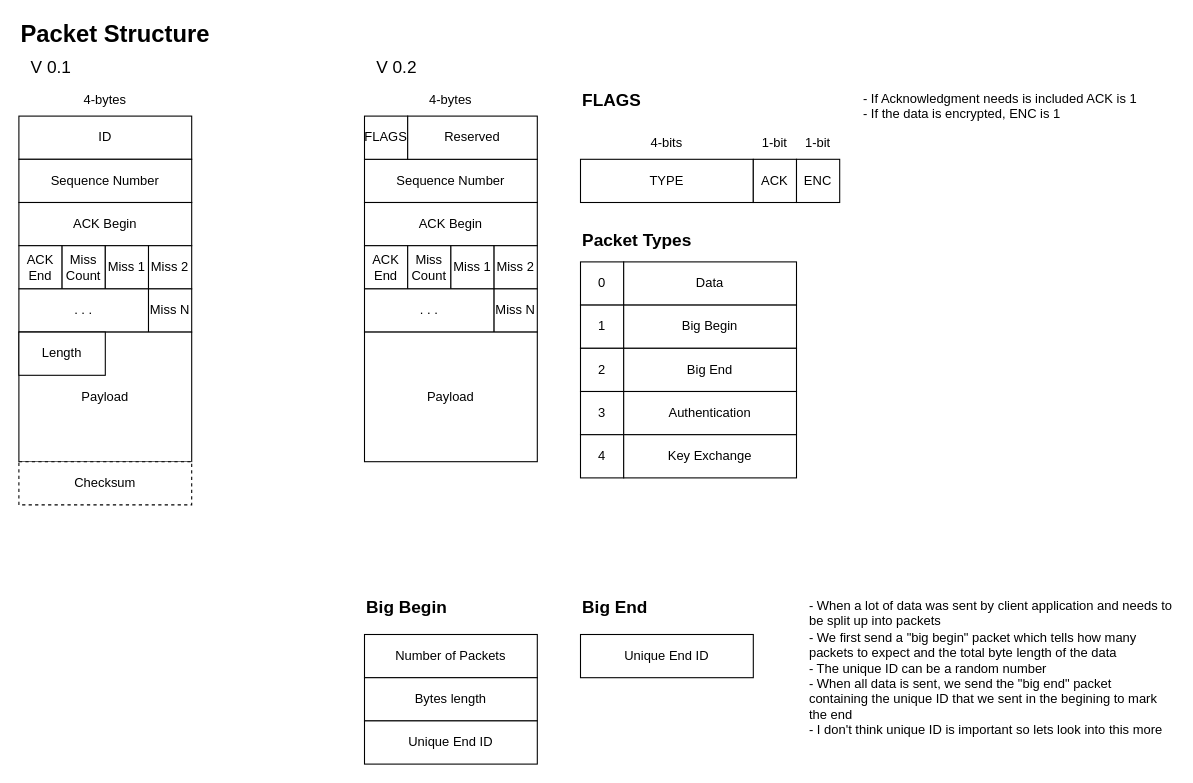
Earlier version of the draw.io diagram page "Packet Structure" (4 of 4) of Software-Architecture.drawio (Prototype-Aether/Prototype-Aether). Source tidied: cells renumbered, new cells numbered last; positions are measured from the earlier drawing's top-left corner, leaving out a move shared by most shapes. Both pictures are drawn from the tidied source at 108%, with x=0, y=0 at pixel (18, 18).
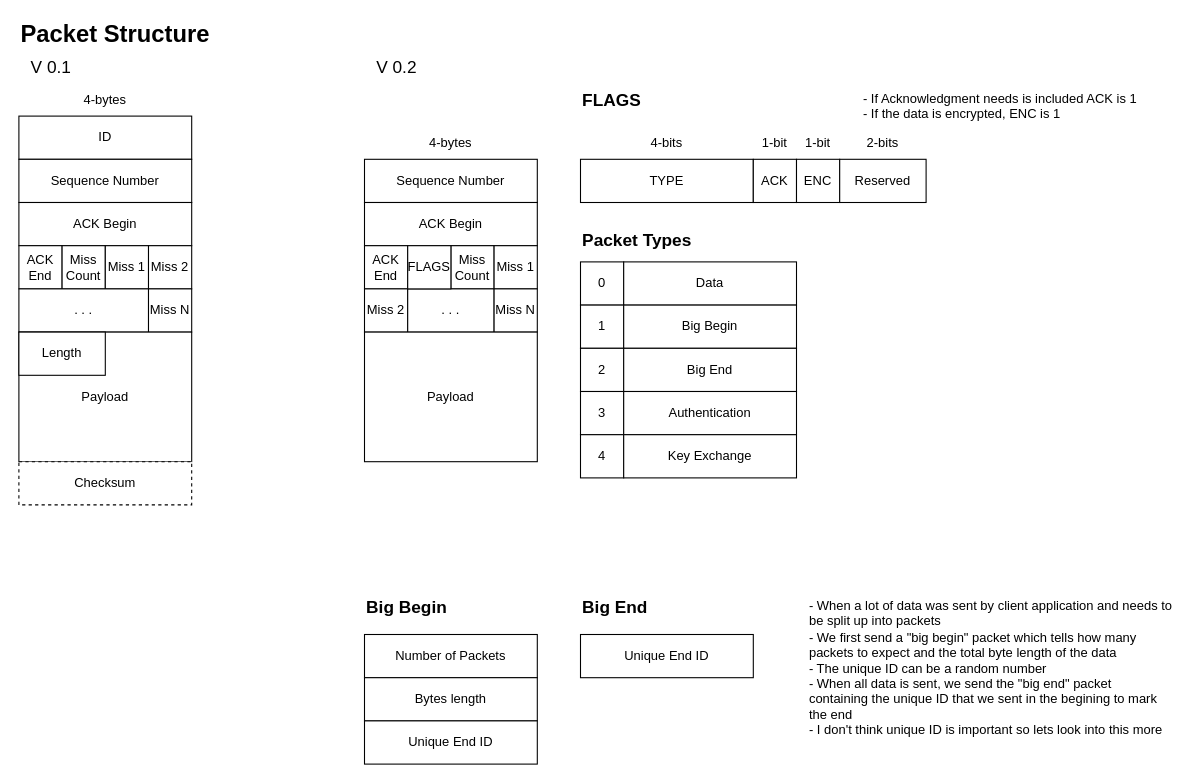
The same diagram, later.

The edit, as a diff of the source:
```diff
@@
     <mxCell id="19" value="Miss Count" style="rounded=0;whiteSpace=wrap;html=1;" parent="1" vertex="1">
-      <mxGeometry x="360" y="210" width="40" height="40" as="geometry" />
+      <mxGeometry x="400" y="210" width="40" height="40" as="geometry" />
     </mxCell>
     <mxCell id="20" value="Miss 1" style="rounded=0;whiteSpace=wrap;html=1;" parent="1" vertex="1">
-      <mxGeometry x="400" y="210" width="40" height="40" as="geometry" />
+      <mxGeometry x="440" y="210" width="40" height="40" as="geometry" />
     </mxCell>
     <mxCell id="21" value="Miss 2" style="rounded=0;whiteSpace=wrap;html=1;" parent="1" vertex="1">
-      <mxGeometry x="440" y="210" width="40" height="40" as="geometry" />
+      <mxGeometry x="320" y="250" width="40" height="40" as="geometry" />
     </mxCell>
     <mxCell id="22" value=". . ." style="rounded=0;whiteSpace=wrap;html=1;" parent="1" vertex="1">
-      <mxGeometry x="320" y="250" width="120" height="40" as="geometry" />
+      <mxGeometry x="360" y="250" width="80" height="40" as="geometry" />
     </mxCell>
@@
     <mxCell id="25" value="4-bytes" style="text;html=1;strokeColor=none;fillColor=none;align=center;verticalAlign=middle;whiteSpace=wrap;rounded=0;dashed=1;fontSize=12;" parent="1" vertex="1">
-      <mxGeometry x="370" y="60" width="60" height="30" as="geometry" />
+      <mxGeometry x="370" y="100" width="60" height="30" as="geometry" />
     </mxCell>
     <mxCell id="26" value="FLAGS" style="rounded=0;whiteSpace=wrap;html=1;" parent="1" vertex="1">
-      <mxGeometry x="320" y="90" width="40" height="40" as="geometry" />
+      <mxGeometry x="360" y="210" width="40" height="40" as="geometry" />
     </mxCell>
@@
-    <mxCell id="28" value="Reserved" style="rounded=0;whiteSpace=wrap;html=1;" parent="1" vertex="1">
-      <mxGeometry x="360" y="90" width="120" height="40" as="geometry" />
-    </mxCell>
@@
+    <mxCell id="28" value="Reserved" style="rounded=0;whiteSpace=wrap;html=1;" parent="1" vertex="1">
+      <mxGeometry x="760" y="130" width="80" height="40" as="geometry" />
+    </mxCell>
+    <mxCell id="56" value="2-bits" style="text;html=1;strokeColor=none;fillColor=none;align=center;verticalAlign=middle;whiteSpace=wrap;rounded=0;dashed=1;fontSize=12;" parent="1" vertex="1">
+      <mxGeometry x="780" y="100" width="40" height="30" as="geometry" />
+    </mxCell>
```
